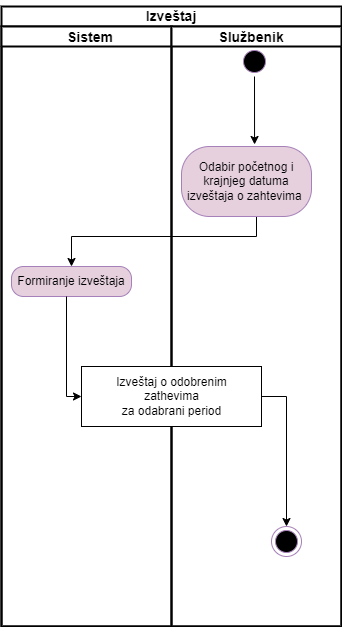
The draw.io diagram dijagrami_aktivnosti/Izvestaj_UML.drawio.png in nevenaprokic/XML-project, before a commit. Source tidied: cells renumbered, new cells last; positions are measured from the earlier drawing's top-left corner, leaving out a move shared by most shapes. Source of this version:
```xml
<mxGraphModel>
  <root>
    <mxCell id="0" />
    <mxCell id="1" parent="0" />
    <mxCell id="2" style="swimlane;startSize=20;strokeColor=#000000;strokeWidth=2;" parent="1" vertex="1">
      <mxGeometry y="5" width="340" height="620" as="geometry" />
    </mxCell>
    <mxCell id="3" style="swimlane;startSize=20;strokeWidth=2;" parent="2" vertex="1">
      <mxGeometry y="20" width="170" height="600" as="geometry" />
    </mxCell>
    <mxCell id="4" value="Formiranje izveštaja" style="rounded=1;whiteSpace=wrap;html=1;arcSize=40;fontColor=#000000;fillColor=#E6D0DE;strokeColor=#A680B8;" parent="3" vertex="1">
      <mxGeometry x="10" y="240" width="120" height="30" as="geometry" />
    </mxCell>
    <mxCell id="5" value="&lt;b&gt;&lt;font style=&quot;font-size: 14px;&quot;&gt;Izveštaj&lt;/font&gt;&lt;/b&gt;" style="text;html=1;strokeColor=none;fillColor=none;align=center;verticalAlign=middle;whiteSpace=wrap;rounded=0;strokeWidth=2;" parent="3" vertex="1">
      <mxGeometry x="140" y="-25" width="60" height="30" as="geometry" />
    </mxCell>
    <mxCell id="6" value="&lt;span style=&quot;font-size: 14px;&quot;&gt;&lt;b&gt;Sistem&lt;/b&gt;&lt;/span&gt;" style="text;html=1;strokeColor=none;fillColor=none;align=center;verticalAlign=middle;whiteSpace=wrap;rounded=0;strokeWidth=2;" parent="3" vertex="1">
      <mxGeometry x="59" y="-4" width="60" height="30" as="geometry" />
    </mxCell>
    <mxCell id="7" style="edgeStyle=orthogonalEdgeStyle;rounded=0;jettySize=auto;html=1;entryX=0;entryY=0.5;entryDx=0;entryDy=0;" parent="2" edge="1" source="4" target="10">
      <mxGeometry relative="1" as="geometry">
        <Array as="points">
          <mxPoint x="65" y="390" />
        </Array>
      </mxGeometry>
    </mxCell>
    <mxCell id="8" style="edgeStyle=orthogonalEdgeStyle;rounded=0;jettySize=auto;html=1;entryX=0.5;entryY=0;entryDx=0;entryDy=0;" parent="2" edge="1" source="11" target="4">
      <mxGeometry relative="1" as="geometry">
        <Array as="points">
          <mxPoint x="255" y="230" />
        </Array>
      </mxGeometry>
    </mxCell>
    <mxCell id="9" style="swimlane;startSize=20;strokeColor=#000000;strokeWidth=2;" parent="2" vertex="1">
      <mxGeometry x="170" y="20" width="170" height="600" as="geometry" />
    </mxCell>
    <mxCell id="10" value="Izveštaj o odobrenim &lt;br&gt;zathevima &lt;br&gt;za odabrani period" style="html=1;" parent="9" vertex="1">
      <mxGeometry x="-90" y="340" width="180" height="60" as="geometry" />
    </mxCell>
    <mxCell id="11" value="&lt;div&gt;&lt;span&gt;Odabir početnog i krajnjeg datuma izveštaja o zahtevima&amp;nbsp;&lt;/span&gt;&lt;/div&gt;" style="rounded=1;whiteSpace=wrap;html=1;arcSize=40;fontColor=#000000;fillColor=#E6D0DE;strokeColor=#A680B8;align=center;" parent="9" vertex="1">
      <mxGeometry x="10" y="120" width="130" height="70" as="geometry" />
    </mxCell>
    <mxCell id="12" style="ellipse;html=1;shape=startState;fillColor=#000000;strokeColor=#A680B8;" parent="9" vertex="1">
      <mxGeometry x="68" y="20" width="30" height="30" as="geometry" />
    </mxCell>
    <mxCell id="13" style="edgeStyle=orthogonalEdgeStyle;rounded=0;jettySize=auto;html=1;entryX=0.562;entryY=-0.029;entryDx=0;entryDy=0;entryPerimeter=0;exitX=0.5;exitY=1;exitDx=0;exitDy=0;" parent="9" edge="1" source="12" target="11">
      <mxGeometry relative="1" as="geometry">
        <Array as="points">
          <mxPoint x="83" y="50" />
        </Array>
      </mxGeometry>
    </mxCell>
    <mxCell id="14" style="ellipse;html=1;shape=endState;fillColor=#000000;strokeColor=#A680B8;" parent="9" vertex="1">
      <mxGeometry x="100" y="500" width="30" height="30" as="geometry" />
    </mxCell>
    <mxCell id="15" style="edgeStyle=orthogonalEdgeStyle;rounded=0;jettySize=auto;html=1;entryX=0.5;entryY=0;entryDx=0;entryDy=0;exitX=1;exitY=0.5;exitDx=0;exitDy=0;" parent="9" edge="1" source="10" target="14">
      <mxGeometry relative="1" as="geometry" />
    </mxCell>
    <mxCell id="16" value="&lt;span style=&quot;font-size: 14px;&quot;&gt;&lt;b&gt;Službenik&lt;/b&gt;&lt;/span&gt;" style="text;html=1;strokeColor=none;fillColor=none;align=center;verticalAlign=middle;whiteSpace=wrap;rounded=0;strokeWidth=2;" parent="1" vertex="1">
      <mxGeometry x="220" y="21" width="60" height="30" as="geometry" />
    </mxCell>
  </root>
</mxGraphModel>
```
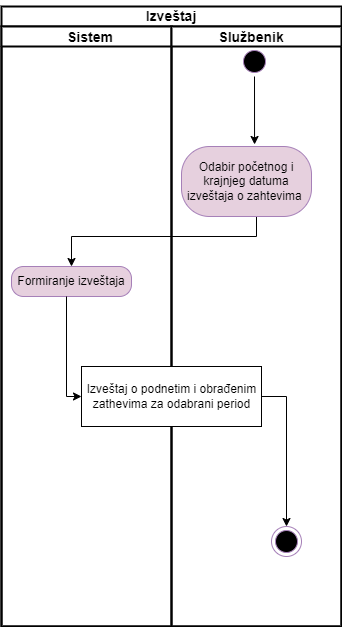
After the commit.

Commit message:
Ispravljena greska u dijagramu aktivnosti za izvestaj

Change to the diagram source:
```diff
@@ -34,7 +34,7 @@
     <mxCell id="9" style="swimlane;startSize=20;strokeColor=#000000;strokeWidth=2;" parent="2" vertex="1">
       <mxGeometry x="170" y="20" width="170" height="600" as="geometry" />
     </mxCell>
-    <mxCell id="10" value="Izveštaj o odobrenim &lt;br&gt;zathevima &lt;br&gt;za odabrani period" style="html=1;" parent="9" vertex="1">
+    <mxCell id="10" value="Izveštaj o podnetim i obrađenim&lt;br&gt;zathevima za odabrani period" style="html=1;" parent="9" vertex="1">
       <mxGeometry x="-90" y="340" width="180" height="60" as="geometry" />
     </mxCell>
     <mxCell id="11" value="&lt;div&gt;&lt;span&gt;Odabir početnog i krajnjeg datuma izveštaja o zahtevima&amp;nbsp;&lt;/span&gt;&lt;/div&gt;" style="rounded=1;whiteSpace=wrap;html=1;arcSize=40;fontColor=#000000;fillColor=#E6D0DE;strokeColor=#A680B8;align=center;" parent="9" vertex="1">
```
